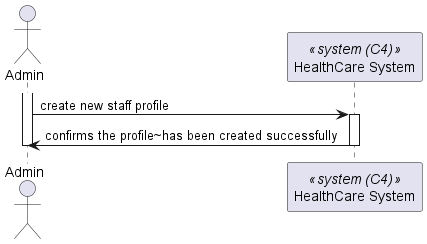
The PlantUML diagram docs/StaffProfileCreate/views/level1/process-view.png in Lapr5G21/sem5pi-24-25-3ddg21, before a commit.
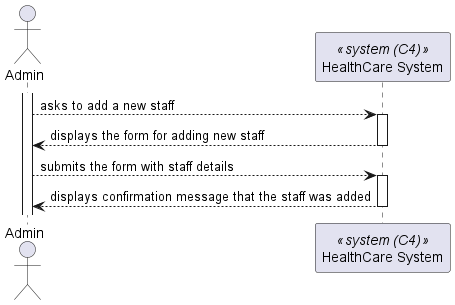
The same file after the commit.

Change to the diagram source:
```diff
@@ -5,11 +5,15 @@
 
 activate Admin
 
-Admin -> SYS : create new staff profile
+Admin --> SYS : asks to add a new staff
+
 activate SYS
+SYS --> Admin : displays the form for adding new staff
+deactivate SYS
 
-SYS -> Admin : confirms the profile~has been created successfully
+Admin --> SYS : submits the form with staff details
+activate SYS
+SYS --> Admin : displays confirmation message that the staff was added
 
 deactivate SYS
-deactivate Admin
 @enduml
```
